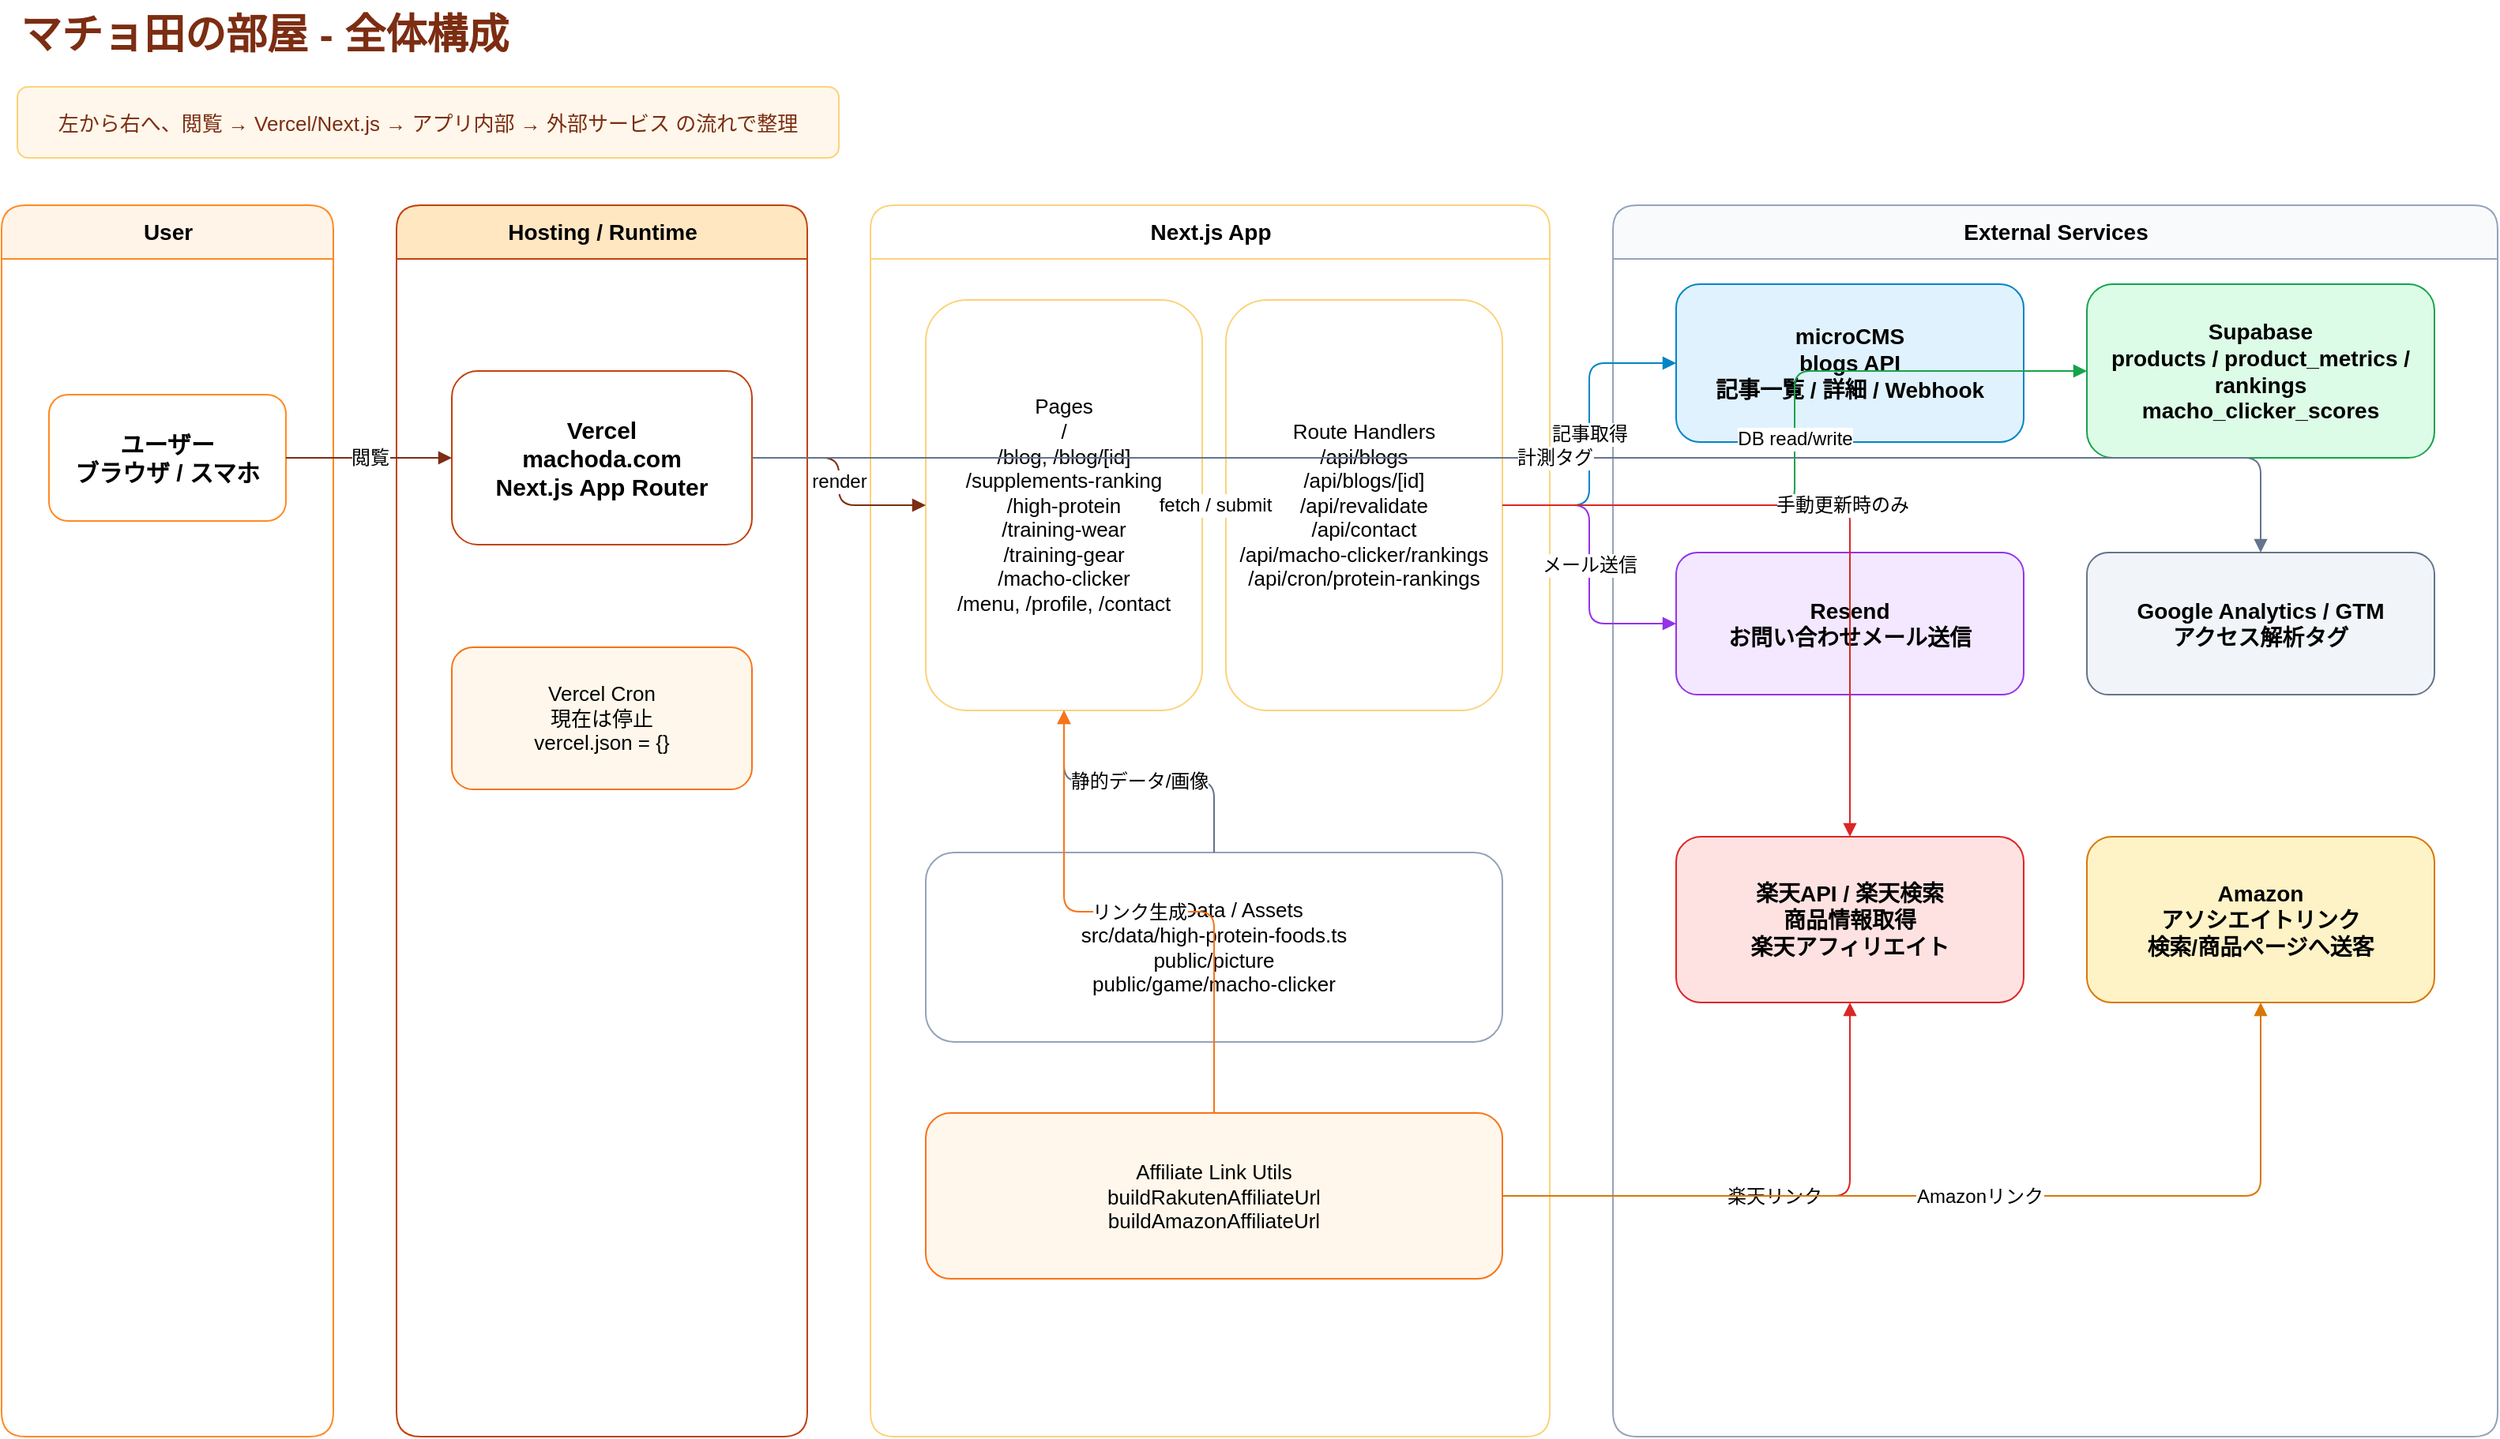
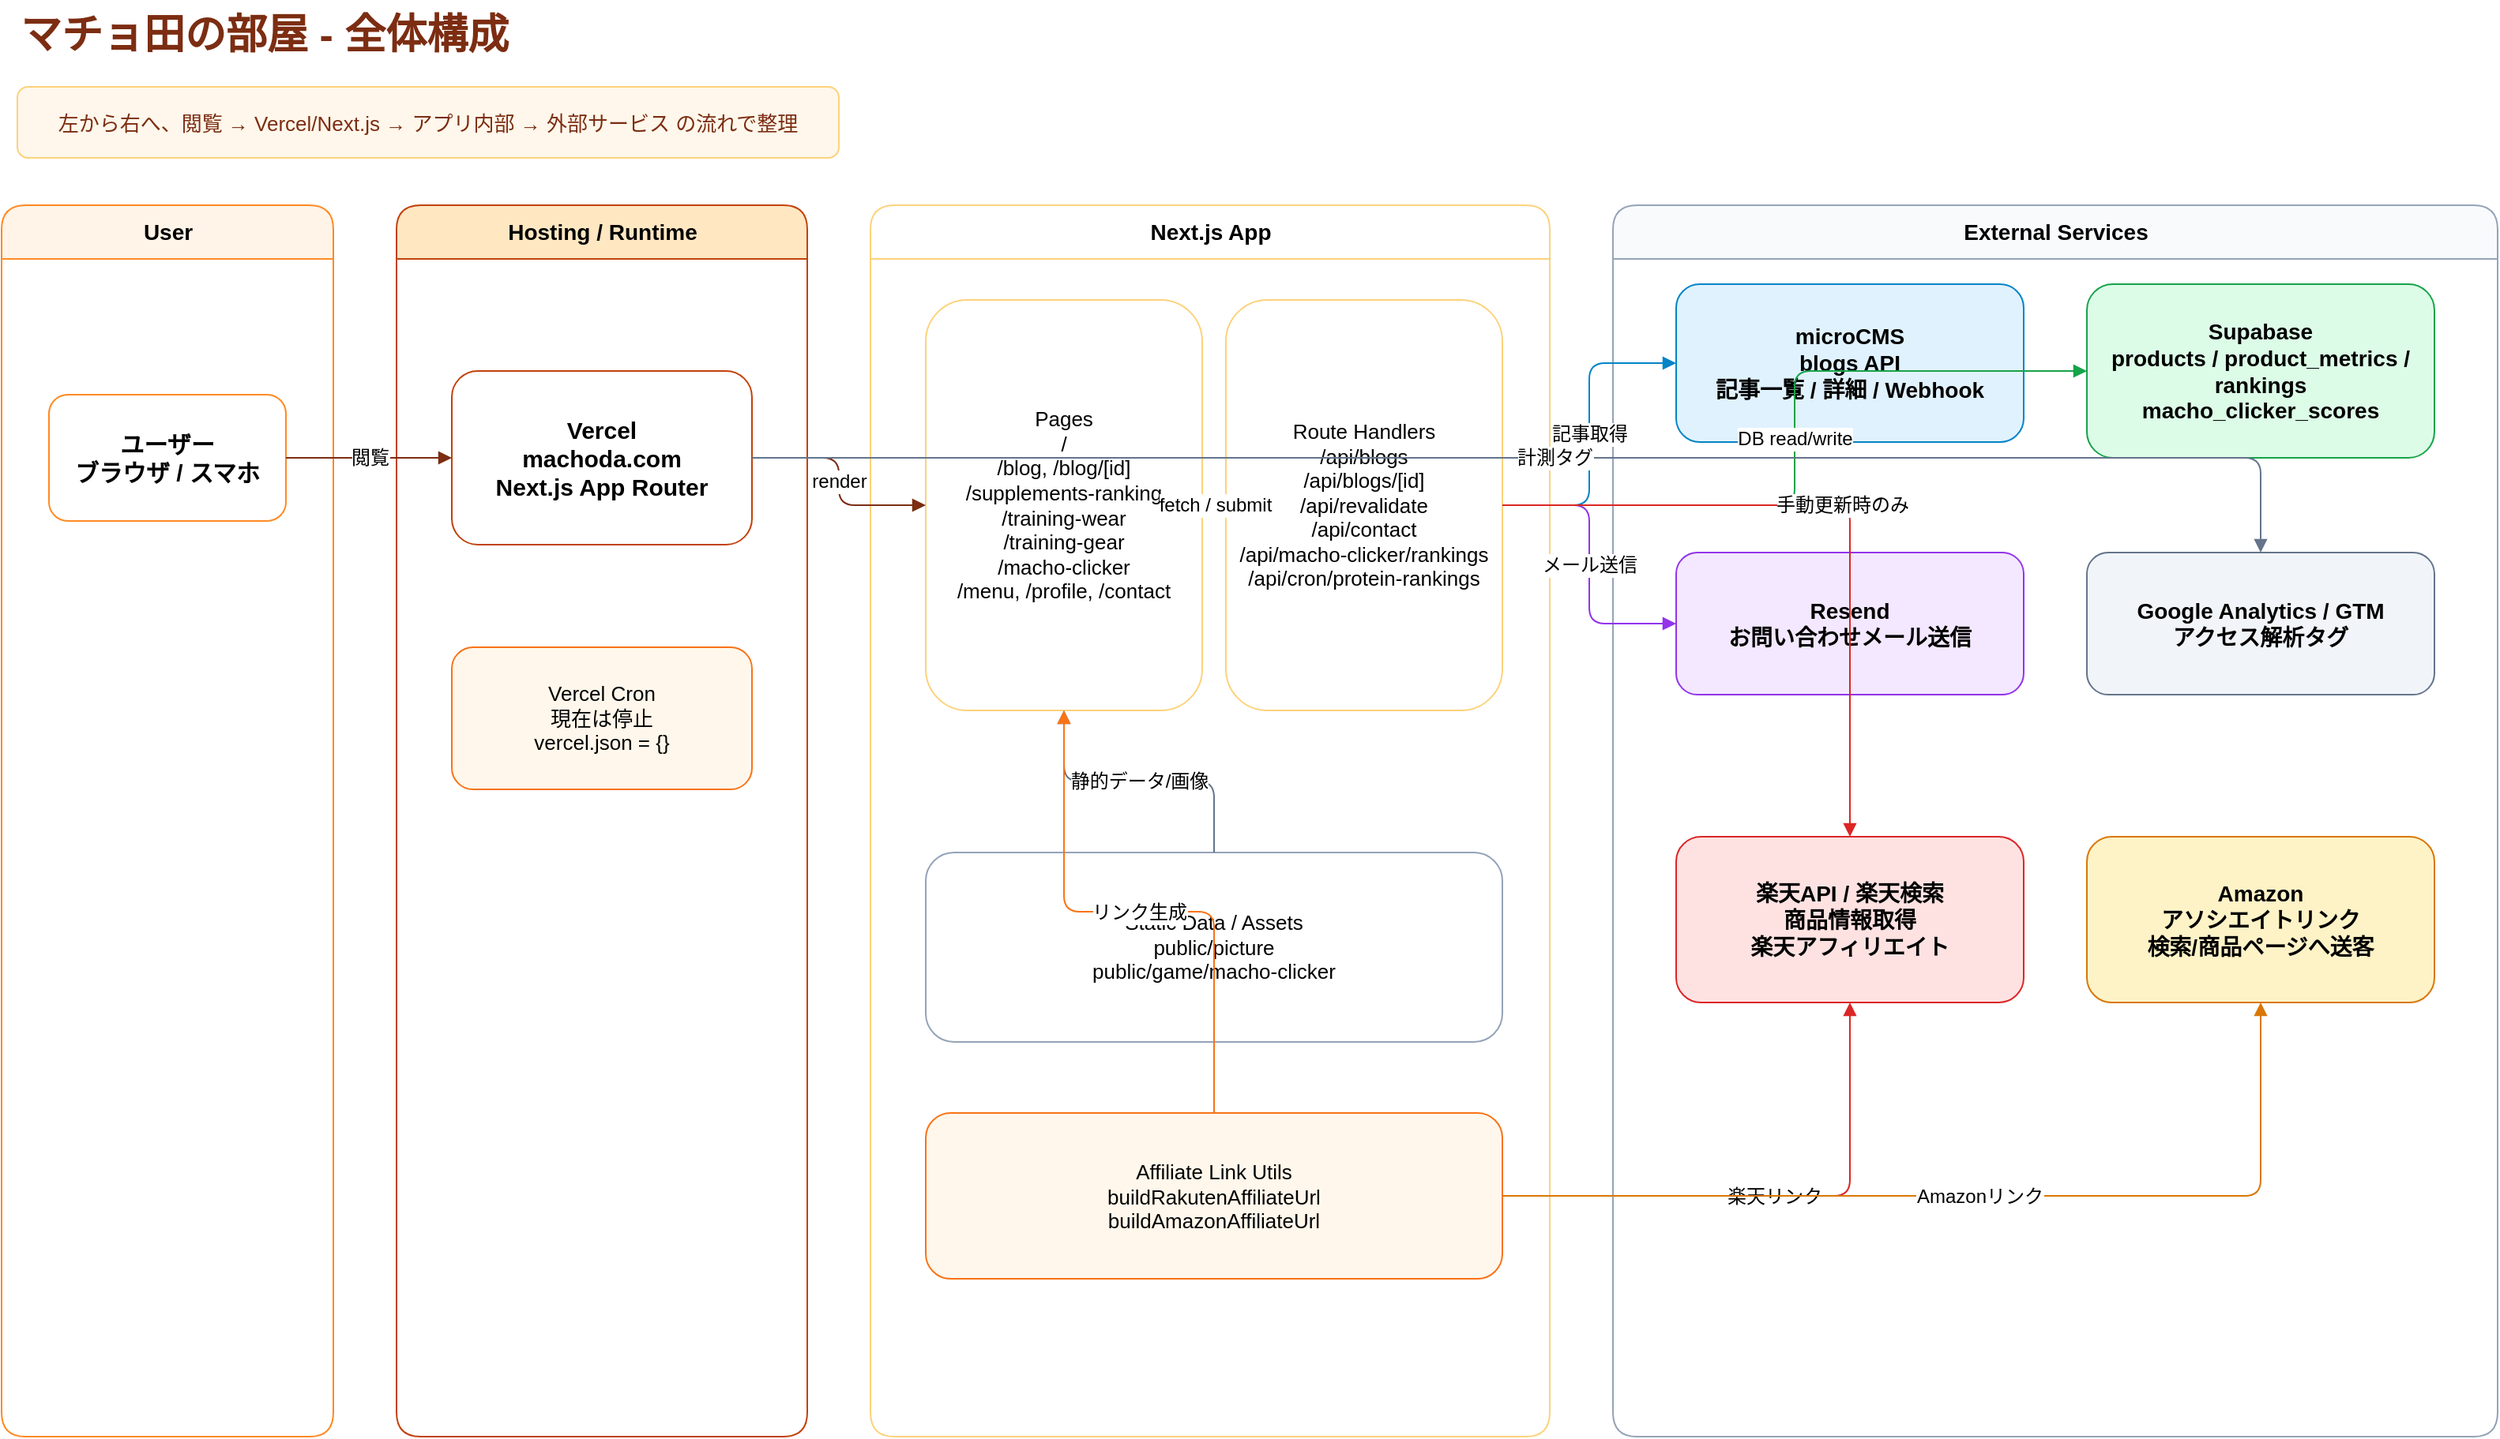
<mxfile host="app.diagrams.net" modified="2026-05-18T00:00:00.000Z" agent="Codex" version="24.7.17">
  <diagram id="machoda-architecture" name="Architecture">
    <mxGraphModel dx="1600" dy="1000" grid="1" gridSize="10" guides="1" tooltips="1" connect="1" arrows="1" fold="1" page="1" pageScale="1" pageWidth="1700" pageHeight="1100" math="0" shadow="0">
      <root>
        <mxCell id="0" />
        <mxCell id="1" parent="0" />
        <mxCell id="title" value="マチョ田の部屋 - 全体構成" style="text;html=1;strokeColor=none;fillColor=none;fontSize=26;fontStyle=1;fontColor=#7C2D12;" vertex="1" parent="1">
          <mxGeometry x="50" y="30" width="480" height="50" as="geometry" />
        </mxCell>
        <mxCell id="note" value="左から右へ、閲覧 → Vercel/Next.js → アプリ内部 → 外部サービス の流れで整理" style="rounded=1;whiteSpace=wrap;html=1;fillColor=#FFF7EB;strokeColor=#FCD27B;fontSize=13;fontColor=#7C2D12;" vertex="1" parent="1">
          <mxGeometry x="50" y="85" width="520" height="45" as="geometry" />
        </mxCell>

        <mxCell id="lane-user" value="User" style="swimlane;html=1;rounded=1;fillColor=#FFF4E7;strokeColor=#FF8A23;fontStyle=1;fontSize=14;startSize=34;" vertex="1" parent="1">
          <mxGeometry x="40" y="160" width="210" height="780" as="geometry" />
        </mxCell>
        <mxCell id="lane-platform" value="Hosting / Runtime" style="swimlane;html=1;rounded=1;fillColor=#FFE7C2;strokeColor=#C2410C;fontStyle=1;fontSize=14;startSize=34;" vertex="1" parent="1">
          <mxGeometry x="290" y="160" width="260" height="780" as="geometry" />
        </mxCell>
        <mxCell id="lane-app" value="Next.js App" style="swimlane;html=1;rounded=1;fillColor=#FFFFFF;strokeColor=#FCD27B;fontStyle=1;fontSize=14;startSize=34;" vertex="1" parent="1">
          <mxGeometry x="590" y="160" width="430" height="780" as="geometry" />
        </mxCell>
        <mxCell id="lane-external" value="External Services" style="swimlane;html=1;rounded=1;fillColor=#F8FAFC;strokeColor=#94A3B8;fontStyle=1;fontSize=14;startSize=34;" vertex="1" parent="1">
          <mxGeometry x="1060" y="160" width="560" height="780" as="geometry" />
        </mxCell>

        <mxCell id="user" value="ユーザー&#xa;ブラウザ / スマホ" style="rounded=1;whiteSpace=wrap;html=1;fillColor=#FFFFFF;strokeColor=#FF8A23;fontSize=15;fontStyle=1;" vertex="1" parent="1">
          <mxGeometry x="70" y="280" width="150" height="80" as="geometry" />
        </mxCell>
        <mxCell id="vercel" value="Vercel&#xa;machoda.com&#xa;Next.js App Router" style="rounded=1;whiteSpace=wrap;html=1;fillColor=#FFFFFF;strokeColor=#C2410C;fontSize=15;fontStyle=1;" vertex="1" parent="1">
          <mxGeometry x="325" y="265" width="190" height="110" as="geometry" />
        </mxCell>
        <mxCell id="cron" value="Vercel Cron&#xa;現在は停止&#xa;vercel.json = {}" style="rounded=1;whiteSpace=wrap;html=1;fillColor=#FFF7EB;strokeColor=#F97316;fontSize=13;" vertex="1" parent="1">
          <mxGeometry x="325" y="440" width="190" height="90" as="geometry" />
        </mxCell>
-         <mxCell id="pages" value="Pages&#xa;/&#xa;/blog, /blog/[id]&#xa;/supplements-ranking&#xa;/high-protein&#xa;/training-wear&#xa;/training-gear&#xa;/macho-clicker&#xa;/menu, /profile, /contact" style="rounded=1;whiteSpace=wrap;html=1;fillColor=#FFFFFF;strokeColor=#FCD27B;fontSize=13;" vertex="1" parent="1">
+         <mxCell id="pages" value="Pages&#xa;/&#xa;/blog, /blog/[id]&#xa;/supplements-ranking&#xa;/training-wear&#xa;/training-gear&#xa;/macho-clicker&#xa;/menu, /profile, /contact" style="rounded=1;whiteSpace=wrap;html=1;fillColor=#FFFFFF;strokeColor=#FCD27B;fontSize=13;" vertex="1" parent="1">
          <mxGeometry x="625" y="220" width="175" height="260" as="geometry" />
        </mxCell>
        <mxCell id="api" value="Route Handlers&#xa;/api/blogs&#xa;/api/blogs/[id]&#xa;/api/revalidate&#xa;/api/contact&#xa;/api/macho-clicker/rankings&#xa;/api/cron/protein-rankings" style="rounded=1;whiteSpace=wrap;html=1;fillColor=#FFFFFF;strokeColor=#FCD27B;fontSize=13;" vertex="1" parent="1">
          <mxGeometry x="815" y="220" width="175" height="260" as="geometry" />
        </mxCell>
-         <mxCell id="static" value="Static Data / Assets&#xa;src/data/high-protein-foods.ts&#xa;public/picture&#xa;public/game/macho-clicker" style="rounded=1;whiteSpace=wrap;html=1;fillColor=#FFFFFF;strokeColor=#94A3B8;fontSize=13;" vertex="1" parent="1">
+         <mxCell id="static" value="Static Data / Assets&#xa;public/picture&#xa;public/game/macho-clicker" style="rounded=1;whiteSpace=wrap;html=1;fillColor=#FFFFFF;strokeColor=#94A3B8;fontSize=13;" vertex="1" parent="1">
          <mxGeometry x="625" y="570" width="365" height="120" as="geometry" />
        </mxCell>
        <mxCell id="affiliate-utils" value="Affiliate Link Utils&#xa;buildRakutenAffiliateUrl&#xa;buildAmazonAffiliateUrl" style="rounded=1;whiteSpace=wrap;html=1;fillColor=#FFF7EB;strokeColor=#F97316;fontSize=13;" vertex="1" parent="1">
          <mxGeometry x="625" y="735" width="365" height="105" as="geometry" />
        </mxCell>

        <mxCell id="microcms" value="microCMS&#xa;blogs API&#xa;記事一覧 / 詳細 / Webhook" style="rounded=1;whiteSpace=wrap;html=1;fillColor=#E0F2FE;strokeColor=#0284C7;fontSize=14;fontStyle=1;" vertex="1" parent="1">
          <mxGeometry x="1100" y="210" width="220" height="100" as="geometry" />
        </mxCell>
        <mxCell id="supabase" value="Supabase&#xa;products / product_metrics / rankings&#xa;macho_clicker_scores" style="rounded=1;whiteSpace=wrap;html=1;fillColor=#DCFCE7;strokeColor=#16A34A;fontSize=14;fontStyle=1;" vertex="1" parent="1">
          <mxGeometry x="1360" y="210" width="220" height="110" as="geometry" />
        </mxCell>
        <mxCell id="resend" value="Resend&#xa;お問い合わせメール送信" style="rounded=1;whiteSpace=wrap;html=1;fillColor=#F3E8FF;strokeColor=#9333EA;fontSize=14;fontStyle=1;" vertex="1" parent="1">
          <mxGeometry x="1100" y="380" width="220" height="90" as="geometry" />
        </mxCell>
        <mxCell id="analytics" value="Google Analytics / GTM&#xa;アクセス解析タグ" style="rounded=1;whiteSpace=wrap;html=1;fillColor=#F1F5F9;strokeColor=#64748B;fontSize=14;fontStyle=1;" vertex="1" parent="1">
          <mxGeometry x="1360" y="380" width="220" height="90" as="geometry" />
        </mxCell>
        <mxCell id="rakuten" value="楽天API / 楽天検索&#xa;商品情報取得&#xa;楽天アフィリエイト" style="rounded=1;whiteSpace=wrap;html=1;fillColor=#FEE2E2;strokeColor=#DC2626;fontSize=14;fontStyle=1;" vertex="1" parent="1">
          <mxGeometry x="1100" y="560" width="220" height="105" as="geometry" />
        </mxCell>
        <mxCell id="amazon" value="Amazon&#xa;アソシエイトリンク&#xa;検索/商品ページへ送客" style="rounded=1;whiteSpace=wrap;html=1;fillColor=#FEF3C7;strokeColor=#D97706;fontSize=14;fontStyle=1;" vertex="1" parent="1">
          <mxGeometry x="1360" y="560" width="220" height="105" as="geometry" />
        </mxCell>

        <mxCell id="e-user-vercel" value="閲覧" style="edgeStyle=orthogonalEdgeStyle;rounded=1;html=1;endArrow=block;strokeColor=#7C2D12;fontSize=12;" edge="1" parent="1" source="user" target="vercel">
          <mxGeometry relative="1" as="geometry" />
        </mxCell>
        <mxCell id="e-vercel-pages" value="render" style="edgeStyle=orthogonalEdgeStyle;rounded=1;html=1;endArrow=block;strokeColor=#7C2D12;fontSize=12;" edge="1" parent="1" source="vercel" target="pages">
          <mxGeometry relative="1" as="geometry" />
        </mxCell>
        <mxCell id="e-pages-api" value="fetch / submit" style="edgeStyle=orthogonalEdgeStyle;rounded=1;html=1;endArrow=block;strokeColor=#7C2D12;fontSize=12;" edge="1" parent="1" source="pages" target="api">
          <mxGeometry relative="1" as="geometry" />
        </mxCell>
        <mxCell id="e-static-pages" value="静的データ/画像" style="edgeStyle=orthogonalEdgeStyle;rounded=1;html=1;endArrow=block;strokeColor=#64748B;fontSize=12;" edge="1" parent="1" source="static" target="pages">
          <mxGeometry relative="1" as="geometry" />
        </mxCell>
        <mxCell id="e-affiliate-pages" value="リンク生成" style="edgeStyle=orthogonalEdgeStyle;rounded=1;html=1;endArrow=block;strokeColor=#F97316;fontSize=12;" edge="1" parent="1" source="affiliate-utils" target="pages">
          <mxGeometry relative="1" as="geometry" />
        </mxCell>
        <mxCell id="e-api-microcms" value="記事取得" style="edgeStyle=orthogonalEdgeStyle;rounded=1;html=1;endArrow=block;strokeColor=#0284C7;fontSize=12;" edge="1" parent="1" source="api" target="microcms">
          <mxGeometry relative="1" as="geometry" />
        </mxCell>
        <mxCell id="e-api-supabase" value="DB read/write" style="edgeStyle=orthogonalEdgeStyle;rounded=1;html=1;endArrow=block;strokeColor=#16A34A;fontSize=12;" edge="1" parent="1" source="api" target="supabase">
          <mxGeometry relative="1" as="geometry" />
        </mxCell>
        <mxCell id="e-api-resend" value="メール送信" style="edgeStyle=orthogonalEdgeStyle;rounded=1;html=1;endArrow=block;strokeColor=#9333EA;fontSize=12;" edge="1" parent="1" source="api" target="resend">
          <mxGeometry relative="1" as="geometry" />
        </mxCell>
        <mxCell id="e-vercel-analytics" value="計測タグ" style="edgeStyle=orthogonalEdgeStyle;rounded=1;html=1;endArrow=block;strokeColor=#64748B;fontSize=12;" edge="1" parent="1" source="vercel" target="analytics">
          <mxGeometry relative="1" as="geometry" />
        </mxCell>
        <mxCell id="e-api-rakuten" value="手動更新時のみ" style="edgeStyle=orthogonalEdgeStyle;rounded=1;html=1;endArrow=block;strokeColor=#DC2626;fontSize=12;" edge="1" parent="1" source="api" target="rakuten">
          <mxGeometry relative="1" as="geometry" />
        </mxCell>
        <mxCell id="e-affiliate-rakuten" value="楽天リンク" style="edgeStyle=orthogonalEdgeStyle;rounded=1;html=1;endArrow=block;strokeColor=#DC2626;fontSize=12;" edge="1" parent="1" source="affiliate-utils" target="rakuten">
          <mxGeometry relative="1" as="geometry" />
        </mxCell>
        <mxCell id="e-affiliate-amazon" value="Amazonリンク" style="edgeStyle=orthogonalEdgeStyle;rounded=1;html=1;endArrow=block;strokeColor=#D97706;fontSize=12;" edge="1" parent="1" source="affiliate-utils" target="amazon">
          <mxGeometry relative="1" as="geometry" />
        </mxCell>
      </root>
    </mxGraphModel>
  </diagram>
</mxfile>
